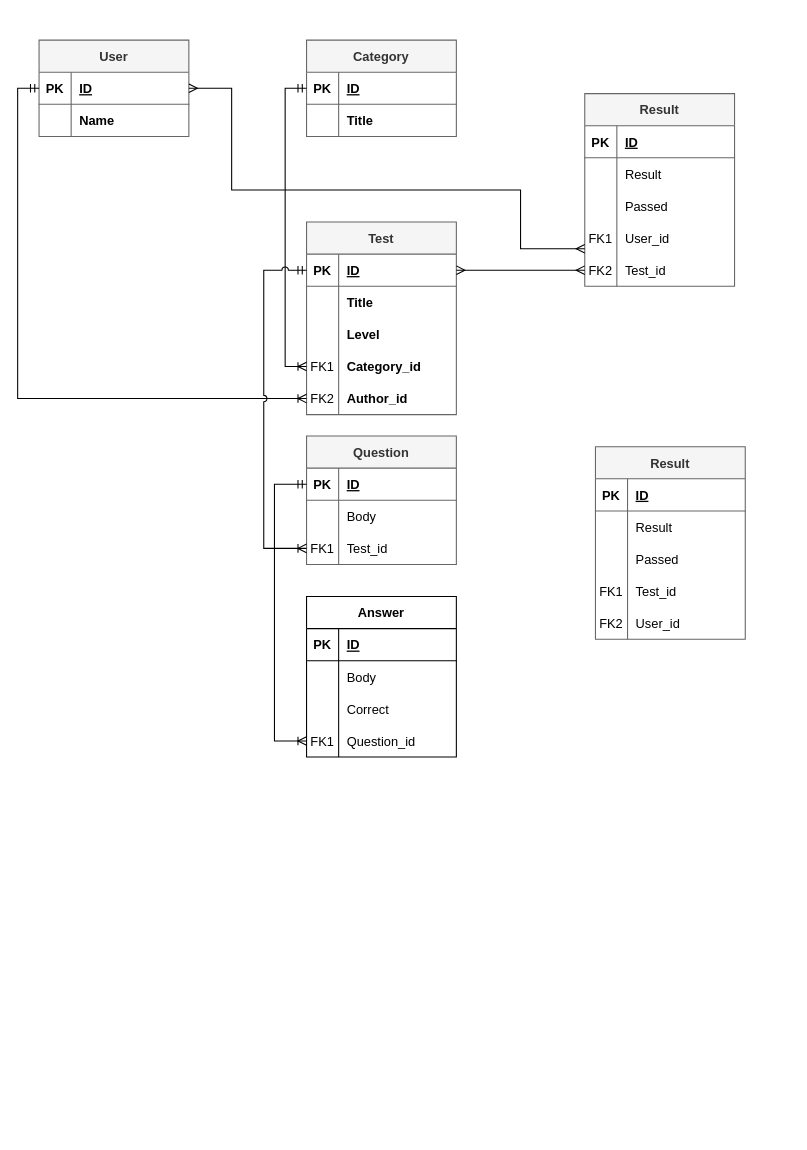
This is test-guru.wiki/Диаграмма без названия.drawio from slydevruby/test-guru, a draw.io file, before an edit. Source tidied: cells renumbered, new cells numbered last; positions are measured from the earlier drawing's top-left corner, leaving out a move shared by most shapes. Both pictures are drawn from the tidied source at 107%, with x=0, y=0 at pixel (39, 40).
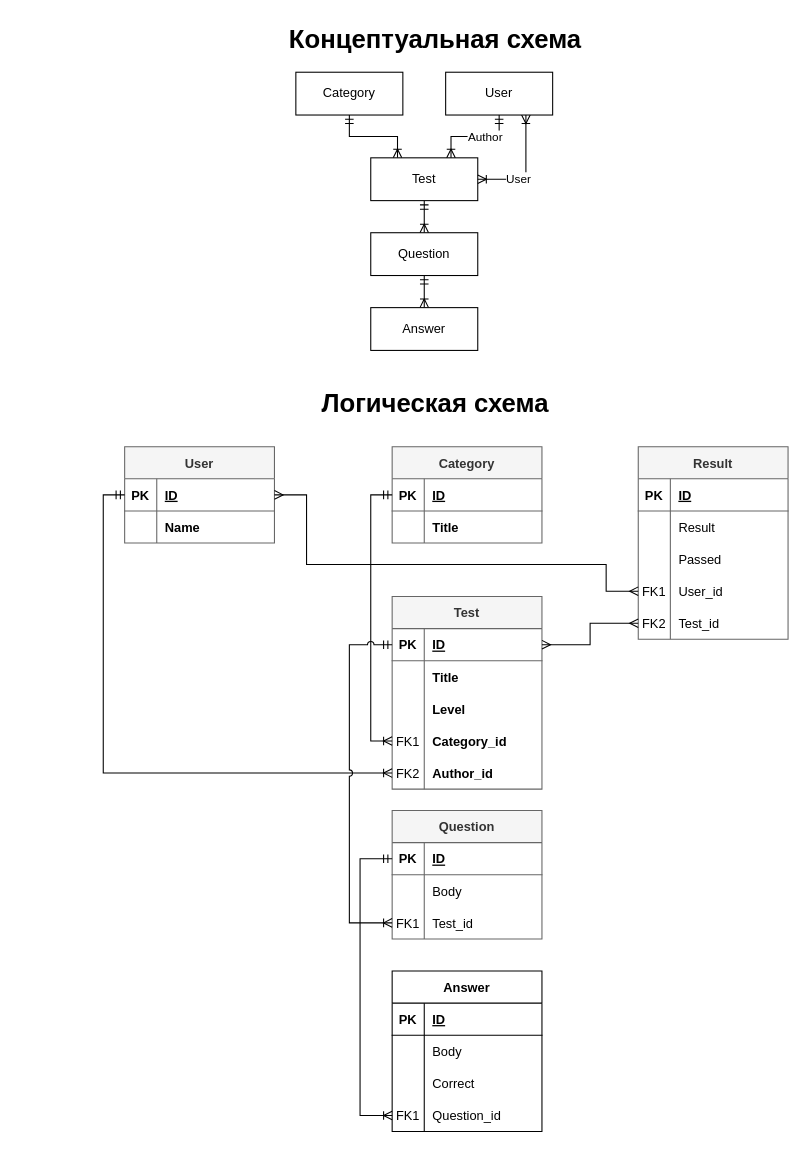
The same diagram, later.

The change refers to these unchanged cells:
```xml
<mxCell id="10" style="shape=tableRow;horizontal=0;startSize=0;swimlaneHead=0;swimlaneBody=0;fillColor=none;points=[[0,0.5],[1,0.5]];portConstraint=eastwest;strokeColor=inherit;top=0;left=0;right=0;bottom=1;" parent="9" vertex="1">
  <mxGeometry y="30" width="140" height="30" as="geometry" />
</mxCell>
<mxCell id="17" style="shape=tableRow;horizontal=0;startSize=0;swimlaneHead=0;swimlaneBody=0;fillColor=none;points=[[0,0.5],[1,0.5]];portConstraint=eastwest;strokeColor=inherit;top=0;left=0;right=0;bottom=1;" parent="16" vertex="1">
  <mxGeometry y="30" width="140" height="30" as="geometry" />
</mxCell>
<mxCell id="33" style="shape=tableRow;horizontal=0;startSize=0;swimlaneHead=0;swimlaneBody=0;fillColor=none;points=[[0,0.5],[1,0.5]];portConstraint=eastwest;strokeColor=inherit;top=0;left=0;right=0;bottom=1;" parent="32" vertex="1">
  <mxGeometry y="30" width="140" height="30" as="geometry" />
</mxCell>
<mxCell id="39" style="shape=tableRow;horizontal=0;startSize=0;swimlaneHead=0;swimlaneBody=0;fillColor=none;points=[[0,0.5],[1,0.5]];portConstraint=eastwest;strokeColor=inherit;top=0;left=0;right=0;bottom=0;" parent="32" vertex="1">
  <mxGeometry y="90" width="140" height="30" as="geometry" />
</mxCell>
<mxCell id="52" style="shape=tableRow;horizontal=0;startSize=0;swimlaneHead=0;swimlaneBody=0;fillColor=none;points=[[0,0.5],[1,0.5]];portConstraint=eastwest;strokeColor=inherit;top=0;left=0;right=0;bottom=0;" parent="42" vertex="1">
  <mxGeometry y="120" width="140" height="30" as="geometry" />
</mxCell>
<mxCell id="65" style="shape=tableRow;horizontal=0;startSize=0;swimlaneHead=0;swimlaneBody=0;fillColor=none;points=[[0,0.5],[1,0.5]];portConstraint=eastwest;strokeColor=inherit;top=0;left=0;right=0;bottom=0;" parent="55" vertex="1">
  <mxGeometry y="120" width="140" height="30" as="geometry" />
</mxCell>
```

What changed in the source:
```diff
@@
     <mxCell id="2" value="Category" style="shape=table;startSize=30;childLayout=tableLayout;rowLines=0;fontStyle=1;align=center;fillColor=#f5f5f5;fontColor=#333333;strokeColor=#666666;" parent="1" vertex="1">
-      <mxGeometry x="250" width="140" height="90" as="geometry" />
+      <mxGeometry x="330" y="380" width="140" height="90" as="geometry" />
     </mxCell>
@@
     <mxCell id="9" value="User" style="shape=table;startSize=30;childLayout=tableLayout;rowLines=0;fontStyle=1;align=center;fillColor=#f5f5f5;strokeColor=#666666;fontColor=#333333;" parent="1" vertex="1">
-      <mxGeometry width="140" height="90" as="geometry" />
+      <mxGeometry x="80" y="380" width="140" height="90" as="geometry" />
     </mxCell>
@@
     <mxCell id="16" value="Test" style="shape=table;startSize=30;childLayout=tableLayout;rowLines=0;fontStyle=1;align=center;fillColor=#f5f5f5;fontColor=#333333;strokeColor=#666666;" parent="1" vertex="1">
-      <mxGeometry x="250" y="170" width="140" height="180" as="geometry" />
+      <mxGeometry x="330" y="520" width="140" height="180" as="geometry" />
     </mxCell>
@@
     <mxCell id="32" value="Question" style="shape=table;startSize=30;childLayout=tableLayout;rowLines=0;fontStyle=1;align=center;fillColor=#f5f5f5;fontColor=#333333;strokeColor=#666666;" parent="1" vertex="1">
-      <mxGeometry x="250" y="370" width="140" height="120" as="geometry" />
+      <mxGeometry x="330" y="720" width="140" height="120" as="geometry" />
     </mxCell>
@@
     <mxCell id="42" value="Answer" style="shape=table;startSize=30;childLayout=tableLayout;rowLines=0;fontStyle=1;align=center;" parent="1" vertex="1">
-      <mxGeometry x="250" y="520" width="140" height="150" as="geometry" />
+      <mxGeometry x="330" y="870" width="140" height="150" as="geometry" />
     </mxCell>
@@
     <mxCell id="55" value="Result" style="shape=table;startSize=30;childLayout=tableLayout;rowLines=0;fontStyle=1;align=center;fillColor=#f5f5f5;fontColor=#333333;strokeColor=#666666;" parent="1" vertex="1">
-      <mxGeometry x="510" y="50" width="140" height="180" as="geometry" />
+      <mxGeometry x="560" y="380" width="140" height="180" as="geometry" />
     </mxCell>
@@
     <mxCell id="73" style="edgeStyle=orthogonalEdgeStyle;rounded=0;jettySize=auto;html=1;exitX=0;exitY=0.5;exitDx=0;exitDy=0;entryX=0;entryY=0.5;entryDx=0;entryDy=0;startArrow=ERmandOne;startFill=0;endArrow=ERoneToMany;endFill=0;jumpStyle=arc;" parent="1" edge="1" source="17" target="39">
       <mxGeometry relative="1" as="geometry">
         <Array as="points">
-          <mxPoint x="210" y="215" />
-          <mxPoint x="210" y="475" />
+          <mxPoint x="290" y="565" />
+          <mxPoint x="290" y="825" />
         </Array>
       </mxGeometry>
     </mxCell>
     <mxCell id="74" style="edgeStyle=orthogonalEdgeStyle;rounded=0;jettySize=auto;html=1;exitX=0;exitY=0.5;exitDx=0;exitDy=0;entryX=0;entryY=0.5;entryDx=0;entryDy=0;startArrow=ERmandOne;startFill=0;endArrow=ERoneToMany;endFill=0;" parent="1" edge="1" source="33" target="52">
       <mxGeometry relative="1" as="geometry">
         <Array as="points">
-          <mxPoint x="220" y="415" />
-          <mxPoint x="220" y="655" />
+          <mxPoint x="300" y="765" />
+          <mxPoint x="300" y="1005" />
         </Array>
       </mxGeometry>
     </mxCell>
-    <mxCell id="75" value="Result" style="shape=table;startSize=30;childLayout=tableLayout;rowLines=0;fontStyle=1;align=center;fillColor=#f5f5f5;fontColor=#333333;strokeColor=#666666;" parent="1" vertex="1">
-      <mxGeometry x="520" y="380" width="140" height="180" as="geometry" />
-    </mxCell>
-    <mxCell id="76" style="shape=tableRow;horizontal=0;startSize=0;swimlaneHead=0;swimlaneBody=0;fillColor=none;strokeColor=inherit;top=0;left=0;right=0;bottom=1;" parent="75" vertex="1">
-      <mxGeometry y="30" width="140" height="30" as="geometry" />
-    </mxCell>
-    <mxCell id="77" value="PK" style="shape=partialRectangle;overflow=hidden;fillColor=none;strokeColor=inherit;top=0;left=0;bottom=0;right=0;fontStyle=1;" parent="76" vertex="1">
-      <mxGeometry width="30" height="30" as="geometry" />
-    </mxCell>
-    <mxCell id="78" value="ID" style="shape=partialRectangle;overflow=hidden;fillColor=none;align=left;strokeColor=inherit;top=0;left=0;bottom=0;right=0;spacingLeft=6;fontStyle=5;" parent="76" vertex="1">
-      <mxGeometry x="30" width="110" height="30" as="geometry" />
-    </mxCell>
-    <mxCell id="79" style="shape=tableRow;horizontal=0;startSize=0;swimlaneHead=0;swimlaneBody=0;fillColor=none;strokeColor=inherit;top=0;left=0;right=0;bottom=0;" parent="75" vertex="1">
-      <mxGeometry y="60" width="140" height="30" as="geometry" />
-    </mxCell>
-    <mxCell id="80" style="shape=partialRectangle;overflow=hidden;fillColor=none;strokeColor=inherit;top=0;left=0;bottom=0;right=0;" parent="79" vertex="1">
-      <mxGeometry width="30" height="30" as="geometry" />
-    </mxCell>
-    <mxCell id="81" value="Result" style="shape=partialRectangle;overflow=hidden;fillColor=none;align=left;strokeColor=inherit;top=0;left=0;bottom=0;right=0;spacingLeft=6;" parent="79" vertex="1">
-      <mxGeometry x="30" width="110" height="30" as="geometry" />
-    </mxCell>
-    <mxCell id="82" style="shape=tableRow;horizontal=0;startSize=0;swimlaneHead=0;swimlaneBody=0;fillColor=none;strokeColor=inherit;top=0;left=0;right=0;bottom=0;" parent="75" vertex="1">
-      <mxGeometry y="90" width="140" height="30" as="geometry" />
-    </mxCell>
-    <mxCell id="83" style="shape=partialRectangle;overflow=hidden;fillColor=none;strokeColor=inherit;top=0;left=0;bottom=0;right=0;" parent="82" vertex="1">
-      <mxGeometry width="30" height="30" as="geometry" />
-    </mxCell>
-    <mxCell id="84" value="Passed" style="shape=partialRectangle;overflow=hidden;fillColor=none;align=left;strokeColor=inherit;top=0;left=0;bottom=0;right=0;spacingLeft=6;" parent="82" vertex="1">
-      <mxGeometry x="30" width="110" height="30" as="geometry" />
-    </mxCell>
-    <mxCell id="85" style="shape=tableRow;horizontal=0;startSize=0;swimlaneHead=0;swimlaneBody=0;fillColor=none;strokeColor=inherit;top=0;left=0;right=0;bottom=0;" parent="75" vertex="1">
-      <mxGeometry y="120" width="140" height="30" as="geometry" />
-    </mxCell>
-    <mxCell id="86" value="FK1" style="shape=partialRectangle;overflow=hidden;fillColor=none;strokeColor=inherit;top=0;left=0;bottom=0;right=0;" parent="85" vertex="1">
-      <mxGeometry width="30" height="30" as="geometry" />
-    </mxCell>
-    <mxCell id="87" value="Test_id" style="shape=partialRectangle;overflow=hidden;fillColor=none;align=left;strokeColor=inherit;top=0;left=0;bottom=0;right=0;spacingLeft=6;" parent="85" vertex="1">
-      <mxGeometry x="30" width="110" height="30" as="geometry" />
-    </mxCell>
-    <mxCell id="88" style="shape=tableRow;horizontal=0;startSize=0;swimlaneHead=0;swimlaneBody=0;fillColor=none;strokeColor=inherit;top=0;left=0;right=0;bottom=0;" parent="75" vertex="1">
-      <mxGeometry y="150" width="140" height="30" as="geometry" />
-    </mxCell>
-    <mxCell id="89" value="FK2" style="shape=partialRectangle;overflow=hidden;fillColor=none;strokeColor=inherit;top=0;left=0;bottom=0;right=0;" parent="88" vertex="1">
-      <mxGeometry width="30" height="30" as="geometry" />
-    </mxCell>
-    <mxCell id="90" value="User_id" style="shape=partialRectangle;overflow=hidden;fillColor=none;align=left;strokeColor=inherit;top=0;left=0;bottom=0;right=0;spacingLeft=6;" parent="88" vertex="1">
-      <mxGeometry x="30" width="110" height="30" as="geometry" />
-    </mxCell>
-    <mxCell id="91" style="edgeStyle=orthogonalEdgeStyle;rounded=0;jettySize=auto;html=1;exitX=1;exitY=0.5;exitDx=0;exitDy=0;startArrow=ERmany;startFill=0;endArrow=ERmany;endFill=0;" parent="1" edge="1" source="10" target="65">
+    <mxCell id="91" style="edgeStyle=orthogonalEdgeStyle;rounded=0;jettySize=auto;html=1;exitX=1;exitY=0.5;exitDx=0;exitDy=0;startArrow=ERmany;startFill=0;endArrow=ERmany;endFill=0;entryX=0;entryY=0.5;entryDx=0;entryDy=0;" parent="1" edge="1" source="10" target="65">
       <mxGeometry relative="1" as="geometry">
         <Array as="points">
-          <mxPoint x="180" y="45" />
-          <mxPoint x="180" y="140" />
-          <mxPoint x="450" y="140" />
-          <mxPoint x="450" y="195" />
+          <mxPoint x="250" y="425" />
+          <mxPoint x="250" y="490" />
+          <mxPoint x="530" y="490" />
+          <mxPoint x="530" y="515" />
         </Array>
       </mxGeometry>
     </mxCell>
@@
+    <mxCell id="93" style="edgeStyle=orthogonalEdgeStyle;rounded=0;jettySize=auto;html=1;entryX=0.25;entryY=0;entryDx=0;entryDy=0;startArrow=ERmandOne;startFill=0;endArrow=ERoneToMany;endFill=0;" parent="1" edge="1" source="94" target="96">
+      <mxGeometry relative="1" as="geometry" />
+    </mxCell>
+    <mxCell id="94" value="Category" style="whiteSpace=wrap;html=1;align=center;" parent="1" vertex="1">
+      <mxGeometry x="240" y="30" width="100" height="40" as="geometry" />
+    </mxCell>
+    <mxCell id="95" style="edgeStyle=orthogonalEdgeStyle;rounded=0;jettySize=auto;html=1;exitX=0.5;exitY=1;exitDx=0;exitDy=0;entryX=0.5;entryY=0;entryDx=0;entryDy=0;startArrow=ERmandOne;startFill=0;endArrow=ERoneToMany;endFill=0;" parent="1" edge="1" source="96" target="103">
+      <mxGeometry relative="1" as="geometry" />
+    </mxCell>
+    <mxCell id="96" value="Test" style="whiteSpace=wrap;html=1;align=center;" parent="1" vertex="1">
+      <mxGeometry x="310" y="110" width="100" height="40" as="geometry" />
+    </mxCell>
+    <mxCell id="97" style="edgeStyle=orthogonalEdgeStyle;rounded=0;jettySize=auto;html=1;entryX=0.75;entryY=0;entryDx=0;entryDy=0;startArrow=ERmandOne;startFill=0;endArrow=ERoneToMany;endFill=0;" parent="1" edge="1" source="101" target="96">
+      <mxGeometry relative="1" as="geometry" />
+    </mxCell>
+    <mxCell id="98" value="Author" style="edgeLabel;html=1;align=center;verticalAlign=middle;" parent="97" vertex="1">
+      <mxGeometry x="-0.2" relative="1" as="geometry" />
+    </mxCell>
+    <mxCell id="99" style="edgeStyle=orthogonalEdgeStyle;rounded=0;jettySize=auto;html=1;exitX=0.75;exitY=1;exitDx=0;exitDy=0;entryX=1;entryY=0.5;entryDx=0;entryDy=0;startArrow=ERoneToMany;startFill=0;endArrow=ERoneToMany;endFill=0;" parent="1" edge="1" source="101" target="96">
+      <mxGeometry relative="1" as="geometry" />
+    </mxCell>
+    <mxCell id="100" value="User" style="edgeLabel;html=1;align=center;verticalAlign=middle;" parent="99" vertex="1">
+      <mxGeometry x="0.29" relative="1" as="geometry">
+        <mxPoint y="-1" as="offset" />
+      </mxGeometry>
+    </mxCell>
+    <mxCell id="101" value="User" style="whiteSpace=wrap;html=1;align=center;" parent="1" vertex="1">
+      <mxGeometry x="380" y="30" width="100" height="40" as="geometry" />
+    </mxCell>
+    <mxCell id="102" style="edgeStyle=orthogonalEdgeStyle;rounded=0;jettySize=auto;html=1;exitX=0.5;exitY=1;exitDx=0;exitDy=0;entryX=0.5;entryY=0;entryDx=0;entryDy=0;startArrow=ERmandOne;startFill=0;endArrow=ERoneToMany;endFill=0;" parent="1" edge="1" source="103" target="104">
+      <mxGeometry relative="1" as="geometry" />
+    </mxCell>
+    <mxCell id="103" value="Question" style="whiteSpace=wrap;html=1;align=center;" parent="1" vertex="1">
+      <mxGeometry x="310" y="180" width="100" height="40" as="geometry" />
+    </mxCell>
+    <mxCell id="104" value="Answer" style="whiteSpace=wrap;html=1;align=center;" parent="1" vertex="1">
+      <mxGeometry x="310" y="250" width="100" height="40" as="geometry" />
+    </mxCell>
+    <mxCell id="105" value="Концептуальная схема" style="text;strokeColor=none;fillColor=none;html=1;fontSize=24;fontStyle=1;verticalAlign=middle;align=center;" parent="1" vertex="1">
+      <mxGeometry x="320" y="-20" width="100" height="40" as="geometry" />
+    </mxCell>
+    <mxCell id="106" value="Логическая схема" style="text;strokeColor=none;fillColor=none;html=1;fontSize=24;fontStyle=1;verticalAlign=middle;align=center;" parent="1" vertex="1">
+      <mxGeometry x="320" y="320" width="100" height="40" as="geometry" />
+    </mxCell>
```
